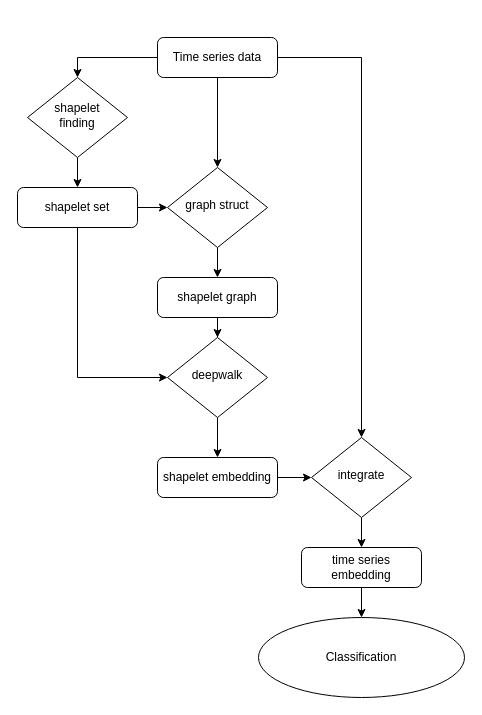
The draw.io diagram flow.drawio in roleecorn/drawio, before the edit. Source tidied: cells renumbered, new cells numbered last; positions are measured from the earlier drawing's top-left corner, leaving out a move shared by most shapes. Both pictures are drawn from the tidied source at 100%, with x=0, y=0 at pixel (17, 37).
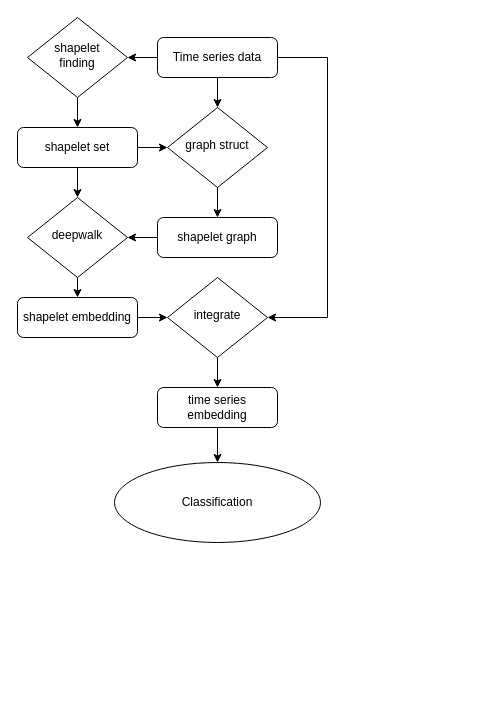
After the change.

The change refers to these unchanged cells:
```xml
<mxCell id="5" value="Time series data" style="rounded=1;whiteSpace=wrap;html=1;fontSize=12;glass=0;strokeWidth=1;shadow=0;" parent="1" vertex="1">
  <mxGeometry x="140" width="120" height="40" as="geometry" />
</mxCell>
```

What changed in the source:
```diff
@@
+    <mxCell id="4" style="edgeStyle=orthogonalEdgeStyle;rounded=0;jettySize=auto;html=1;exitX=0.5;exitY=1;exitDx=0;exitDy=0;" parent="1" edge="1" source="5" target="12">
+      <mxGeometry relative="1" as="geometry" />
+    </mxCell>
+    <mxCell id="3" style="edgeStyle=orthogonalEdgeStyle;rounded=0;jettySize=auto;html=1;exitX=0;exitY=0.5;exitDx=0;exitDy=0;entryX=1;entryY=0.5;entryDx=0;entryDy=0;" parent="1" edge="1" source="5" target="7">
+      <mxGeometry relative="1" as="geometry" />
+    </mxCell>
-    <mxCell id="2" style="edgeStyle=orthogonalEdgeStyle;rounded=0;jettySize=auto;html=1;exitX=1;exitY=0.5;exitDx=0;exitDy=0;entryX=0.5;entryY=0;entryDx=0;entryDy=0;" parent="1" edge="1" source="5" target="20">
-      <mxGeometry relative="1" as="geometry" />
+    <mxCell id="2" style="edgeStyle=orthogonalEdgeStyle;rounded=0;jettySize=auto;html=1;exitX=1;exitY=0.5;exitDx=0;exitDy=0;entryX=1;entryY=0.5;entryDx=0;entryDy=0;" parent="1" edge="1" source="5" target="20">
+      <mxGeometry relative="1" as="geometry">
+        <Array as="points">
+          <mxPoint x="310" y="20" />
+          <mxPoint x="310" y="280" />
+        </Array>
+      </mxGeometry>
     </mxCell>
-    <mxCell id="3" style="edgeStyle=orthogonalEdgeStyle;rounded=0;jettySize=auto;html=1;exitX=0;exitY=0.5;exitDx=0;exitDy=0;entryX=0.5;entryY=0;entryDx=0;entryDy=0;" parent="1" edge="1" source="5" target="7">
-      <mxGeometry relative="1" as="geometry" />
-    </mxCell>
-    <mxCell id="4" style="edgeStyle=orthogonalEdgeStyle;rounded=0;jettySize=auto;html=1;exitX=0.5;exitY=1;exitDx=0;exitDy=0;" parent="1" edge="1" source="5" target="12">
-      <mxGeometry relative="1" as="geometry" />
-    </mxCell>
@@
     <mxCell id="7" value="shapelet &lt;br&gt;finding" style="rhombus;whiteSpace=wrap;html=1;shadow=0;fontFamily=Helvetica;fontSize=12;align=center;strokeWidth=1;spacing=6;spacingTop=-4;" parent="1" vertex="1">
-      <mxGeometry x="10" y="40" width="100" height="80" as="geometry" />
+      <mxGeometry x="10" y="-20" width="100" height="80" as="geometry" />
     </mxCell>
+    <mxCell id="9" style="edgeStyle=orthogonalEdgeStyle;rounded=0;jettySize=auto;html=1;exitX=1;exitY=0.5;exitDx=0;exitDy=0;entryX=0;entryY=0.5;entryDx=0;entryDy=0;" parent="1" edge="1" source="10" target="12">
+      <mxGeometry relative="1" as="geometry" />
+    </mxCell>
-    <mxCell id="8" style="edgeStyle=orthogonalEdgeStyle;rounded=0;jettySize=auto;html=1;exitX=0.5;exitY=1;exitDx=0;exitDy=0;entryX=0;entryY=0.5;entryDx=0;entryDy=0;" parent="1" edge="1" source="10" target="16">
+    <mxCell id="8" style="edgeStyle=orthogonalEdgeStyle;rounded=0;jettySize=auto;html=1;exitX=0.5;exitY=1;exitDx=0;exitDy=0;entryX=0.5;entryY=0;entryDx=0;entryDy=0;" parent="1" edge="1" source="10" target="16">
       <mxGeometry relative="1" as="geometry" />
     </mxCell>
-    <mxCell id="9" style="edgeStyle=orthogonalEdgeStyle;rounded=0;jettySize=auto;html=1;exitX=1;exitY=0.5;exitDx=0;exitDy=0;entryX=0;entryY=0.5;entryDx=0;entryDy=0;" parent="1" edge="1" source="10" target="12">
-      <mxGeometry relative="1" as="geometry" />
-    </mxCell>
     <mxCell id="10" value="shapelet set" style="rounded=1;whiteSpace=wrap;html=1;fontSize=12;glass=0;strokeWidth=1;shadow=0;" parent="1" vertex="1">
-      <mxGeometry y="150" width="120" height="40" as="geometry" />
+      <mxGeometry y="90" width="120" height="40" as="geometry" />
     </mxCell>
@@
     <mxCell id="12" value="graph struct" style="rhombus;whiteSpace=wrap;html=1;shadow=0;fontFamily=Helvetica;fontSize=12;align=center;strokeWidth=1;spacing=6;spacingTop=-4;" parent="1" vertex="1">
-      <mxGeometry x="150" y="130" width="100" height="80" as="geometry" />
+      <mxGeometry x="150" y="70" width="100" height="80" as="geometry" />
     </mxCell>
-    <mxCell id="13" style="edgeStyle=orthogonalEdgeStyle;rounded=0;jettySize=auto;html=1;exitX=0.5;exitY=1;exitDx=0;exitDy=0;" parent="1" edge="1" source="14" target="16">
+    <mxCell id="13" style="edgeStyle=orthogonalEdgeStyle;rounded=0;jettySize=auto;html=1;exitX=0;exitY=0.5;exitDx=0;exitDy=0;" parent="1" edge="1" source="14" target="16">
       <mxGeometry relative="1" as="geometry" />
     </mxCell>
     <mxCell id="14" value="shapelet graph" style="rounded=1;whiteSpace=wrap;html=1;fontSize=12;glass=0;strokeWidth=1;shadow=0;" parent="1" vertex="1">
-      <mxGeometry x="140" y="240" width="120" height="40" as="geometry" />
+      <mxGeometry x="140" y="180" width="120" height="40" as="geometry" />
     </mxCell>
@@
     <mxCell id="16" value="deepwalk" style="rhombus;whiteSpace=wrap;html=1;shadow=0;fontFamily=Helvetica;fontSize=12;align=center;strokeWidth=1;spacing=6;spacingTop=-4;" parent="1" vertex="1">
-      <mxGeometry x="150" y="300" width="100" height="80" as="geometry" />
+      <mxGeometry x="10" y="160" width="100" height="80" as="geometry" />
     </mxCell>
@@
     <mxCell id="18" value="shapelet embedding" style="rounded=1;whiteSpace=wrap;html=1;fontSize=12;glass=0;strokeWidth=1;shadow=0;" parent="1" vertex="1">
-      <mxGeometry x="140" y="420" width="120" height="40" as="geometry" />
+      <mxGeometry y="260" width="120" height="40" as="geometry" />
     </mxCell>
@@
     <mxCell id="20" value="integrate" style="rhombus;whiteSpace=wrap;html=1;shadow=0;fontFamily=Helvetica;fontSize=12;align=center;strokeWidth=1;spacing=6;spacingTop=-4;" parent="1" vertex="1">
-      <mxGeometry x="294" y="400" width="100" height="80" as="geometry" />
+      <mxGeometry x="150" y="240" width="100" height="80" as="geometry" />
     </mxCell>
@@
     <mxCell id="22" value="time series embedding" style="rounded=1;whiteSpace=wrap;html=1;fontSize=12;glass=0;strokeWidth=1;shadow=0;" parent="1" vertex="1">
-      <mxGeometry x="284" y="510" width="120" height="40" as="geometry" />
+      <mxGeometry x="140" y="350" width="120" height="40" as="geometry" />
     </mxCell>
     <mxCell id="23" value="Classification" style="ellipse;whiteSpace=wrap;html=1;" parent="1" vertex="1">
-      <mxGeometry x="241" y="580" width="206" height="80" as="geometry" />
+      <mxGeometry x="97" y="425" width="206" height="80" as="geometry" />
     </mxCell>
```
